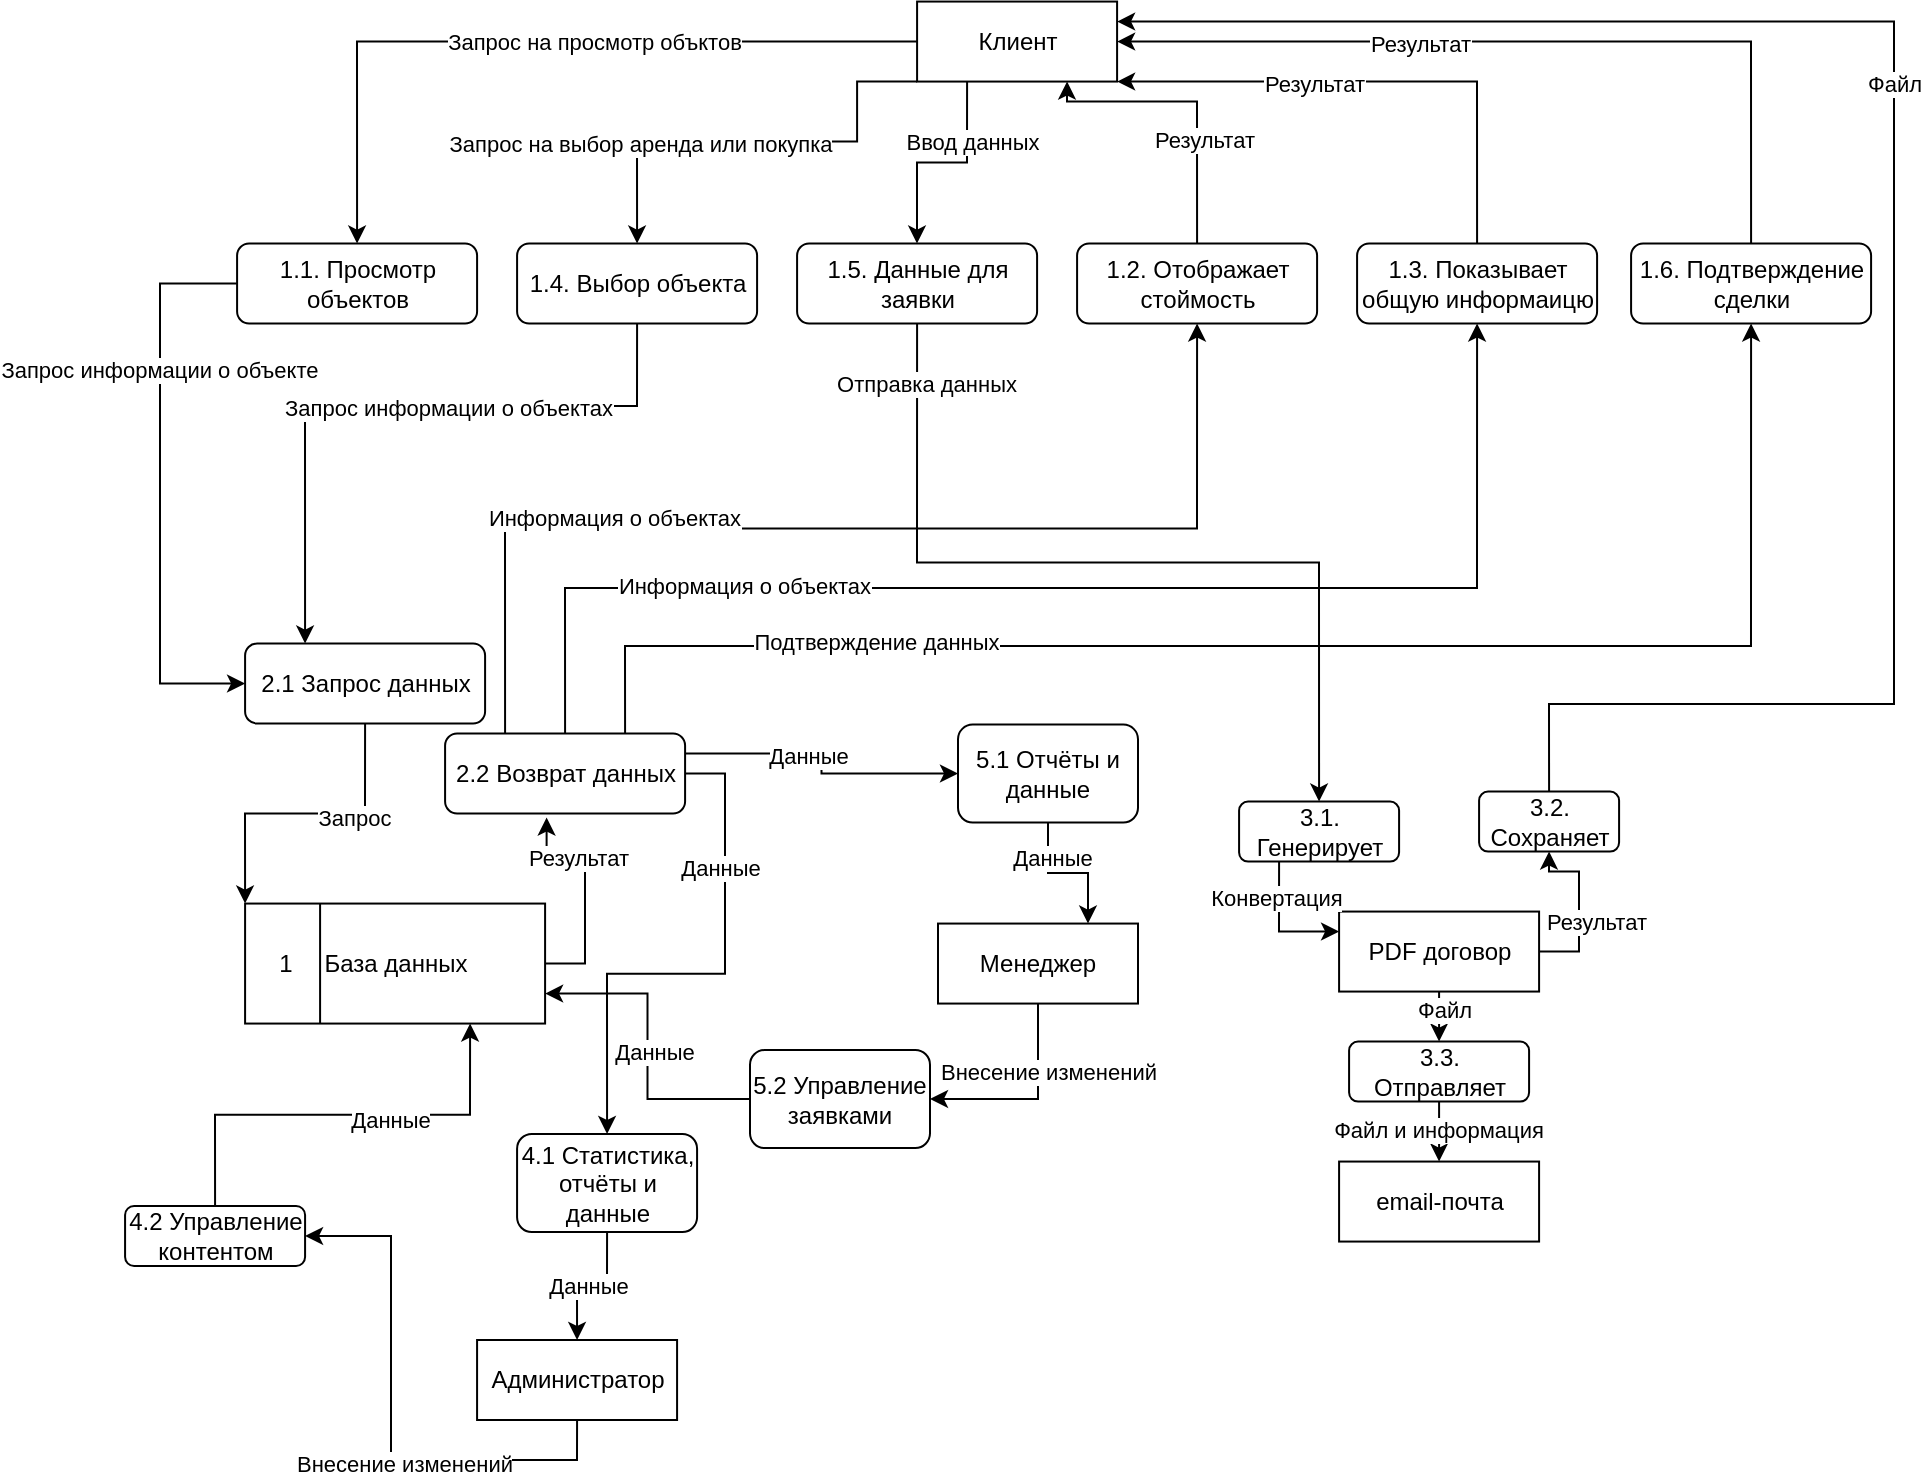
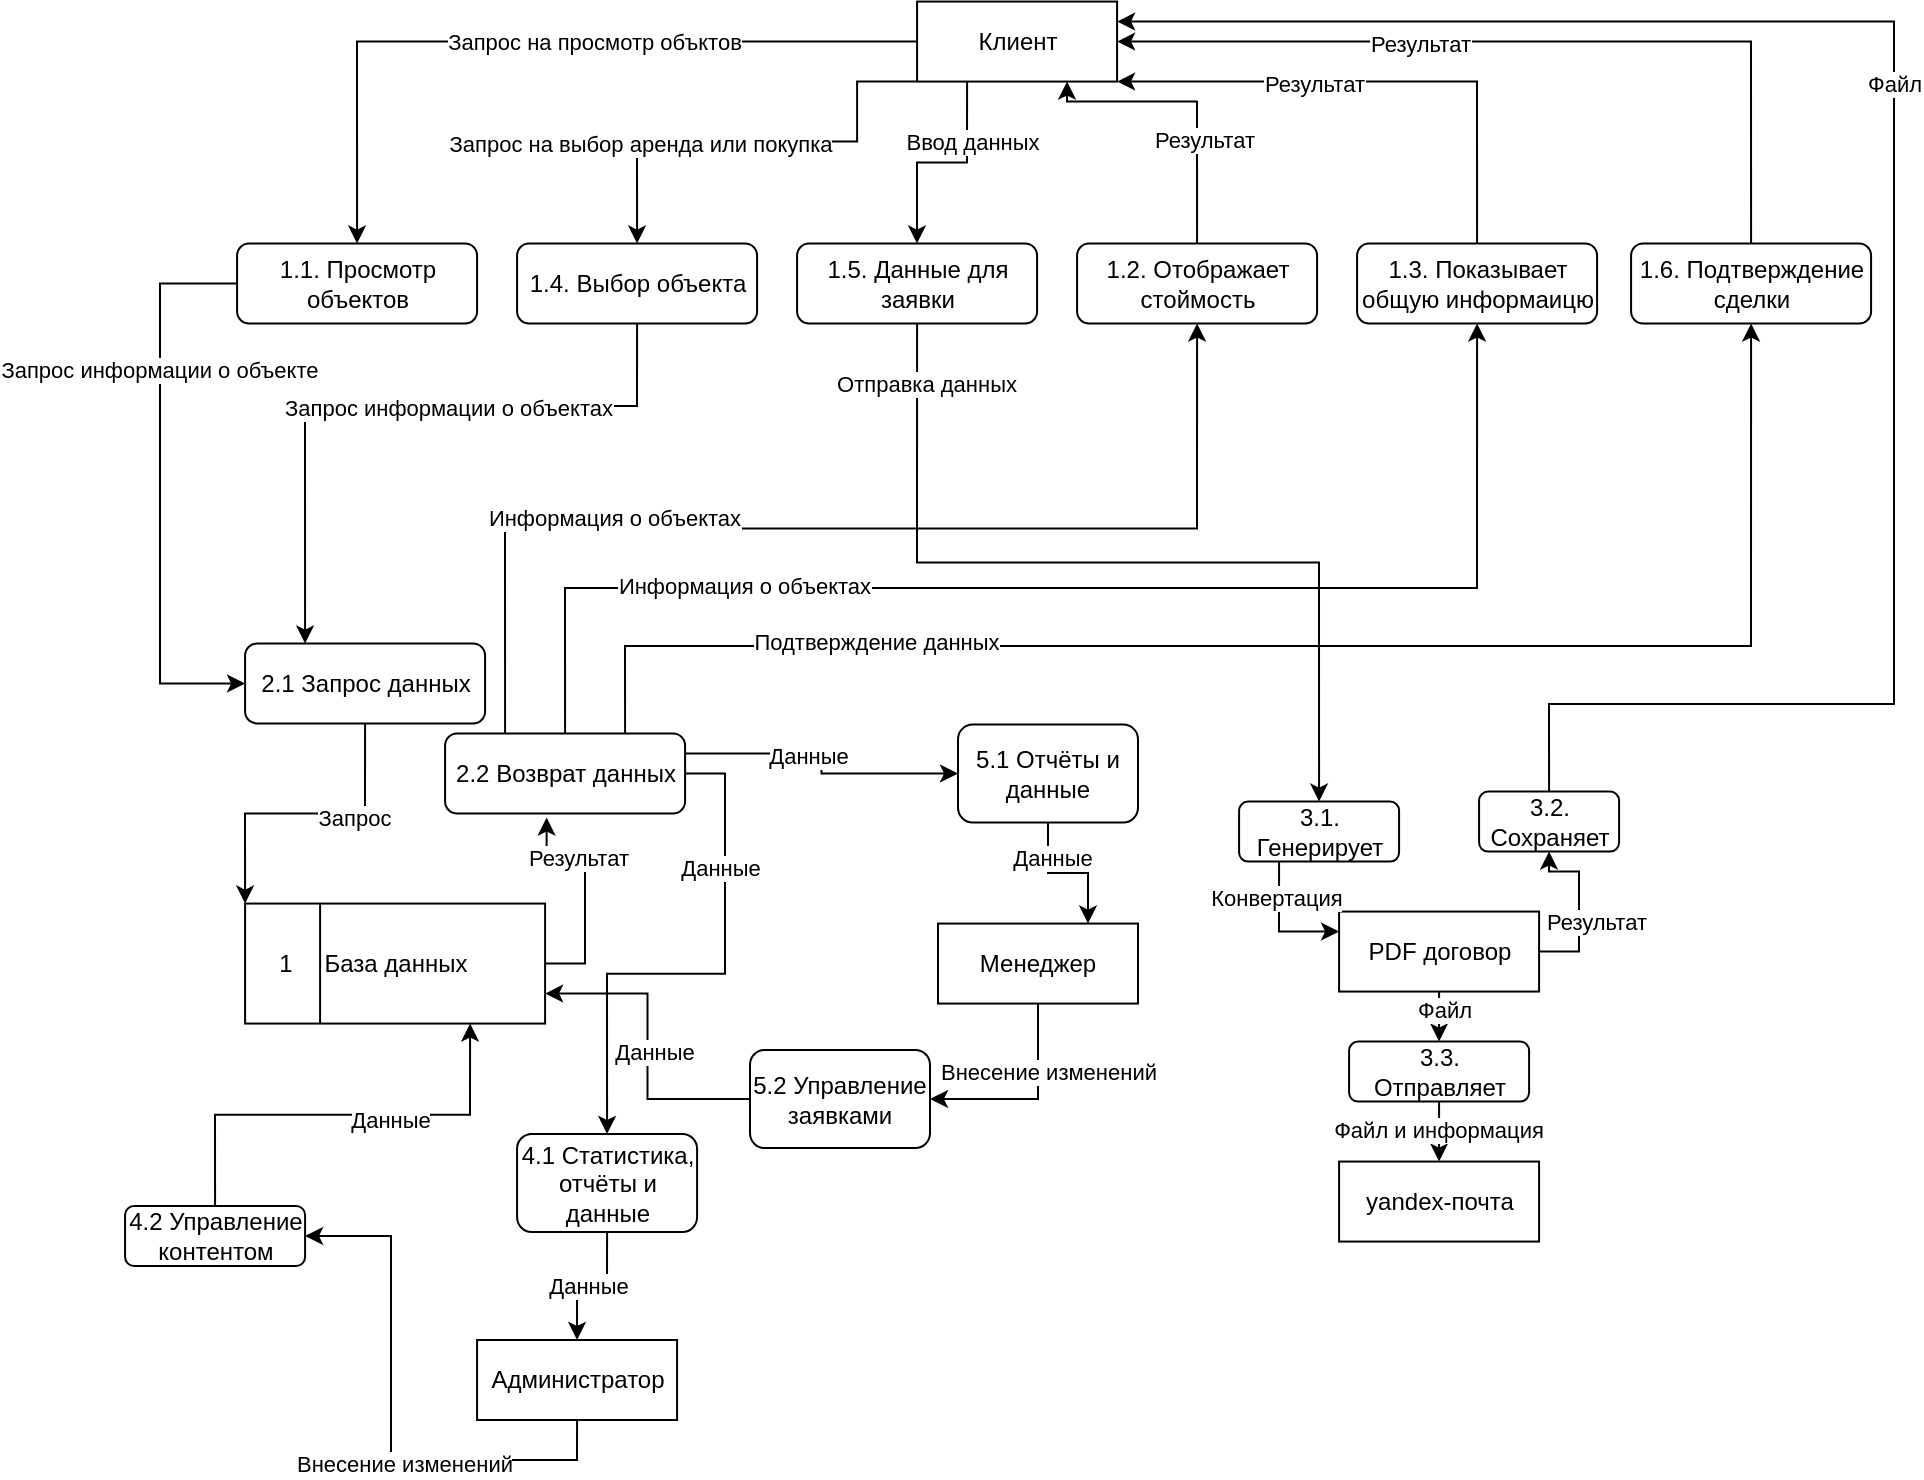
<mxfile host="app.diagrams.net" agent="Mozilla/5.0 (Windows NT 10.0; Win64; x64) AppleWebKit/537.36 (KHTML, like Gecko) Chrome/145.0.0.0 Safari/537.36">
  <diagram name="Страница 1" id="GOqsQ83yMCCc8tBVAAom">
-     <mxGraphModel dx="1414" dy="-805" grid="0" gridSize="10" guides="1" tooltips="1" connect="1" arrows="1" fold="1" page="0" pageScale="1" pageWidth="827" pageHeight="1169" math="0" shadow="0">
+     <mxGraphModel dx="2054" dy="-445" grid="0" gridSize="10" guides="1" tooltips="1" connect="1" arrows="1" fold="1" page="0" pageScale="1" pageWidth="827" pageHeight="1169" math="0" shadow="0">
      <root>
        <mxCell id="0" />
        <mxCell id="1" parent="0" />
        <mxCell id="UdnUSK5n67mowr2e_vGY-347" edge="1" parent="1" source="UdnUSK5n67mowr2e_vGY-402" style="edgeStyle=orthogonalEdgeStyle;rounded=0;orthogonalLoop=1;jettySize=auto;html=1;exitX=0.25;exitY=0;exitDx=0;exitDy=0;entryX=0.5;entryY=1;entryDx=0;entryDy=0;" target="UdnUSK5n67mowr2e_vGY-389">
          <mxGeometry relative="1" as="geometry">
            <mxPoint x="583.5441176470586" y="1982.7794117647059" as="sourcePoint" />
          </mxGeometry>
        </mxCell>
        <mxCell id="UdnUSK5n67mowr2e_vGY-348" connectable="0" parent="UdnUSK5n67mowr2e_vGY-347" style="edgeLabel;html=1;align=center;verticalAlign=middle;resizable=0;points=[];" value="Информация о объектах" vertex="1">
          <mxGeometry relative="1" x="-0.3517" y="3" as="geometry">
            <mxPoint x="-22" y="-3" as="offset" />
          </mxGeometry>
        </mxCell>
        <mxCell id="UdnUSK5n67mowr2e_vGY-349" edge="1" parent="1" source="UdnUSK5n67mowr2e_vGY-402" style="edgeStyle=orthogonalEdgeStyle;rounded=0;orthogonalLoop=1;jettySize=auto;html=1;exitX=0.5;exitY=0;exitDx=0;exitDy=0;entryX=0.5;entryY=1;entryDx=0;entryDy=0;" target="UdnUSK5n67mowr2e_vGY-392">
          <mxGeometry relative="1" as="geometry">
            <Array as="points">
              <mxPoint x="302" y="2046" />
              <mxPoint x="758" y="2046" />
            </Array>
            <mxPoint x="638.5441176470586" y="1982.7794117647059" as="sourcePoint" />
          </mxGeometry>
        </mxCell>
        <mxCell id="UdnUSK5n67mowr2e_vGY-350" connectable="0" parent="UdnUSK5n67mowr2e_vGY-349" style="edgeLabel;html=1;align=center;verticalAlign=middle;resizable=0;points=[];" value="Информация о объектах" vertex="1">
          <mxGeometry relative="1" x="0.0174" as="geometry">
            <mxPoint x="-174" y="-1" as="offset" />
          </mxGeometry>
        </mxCell>
        <mxCell id="UdnUSK5n67mowr2e_vGY-351" edge="1" parent="1" source="UdnUSK5n67mowr2e_vGY-402" style="edgeStyle=orthogonalEdgeStyle;rounded=0;orthogonalLoop=1;jettySize=auto;html=1;exitX=0.75;exitY=0;exitDx=0;exitDy=0;entryX=0.5;entryY=1;entryDx=0;entryDy=0;" target="UdnUSK5n67mowr2e_vGY-395">
          <mxGeometry relative="1" as="geometry">
            <Array as="points">
              <mxPoint x="332" y="2075" />
              <mxPoint x="896" y="2075" />
            </Array>
            <mxPoint x="638.5441176470586" y="2015.2794117647059" as="sourcePoint" />
          </mxGeometry>
        </mxCell>
        <mxCell id="UdnUSK5n67mowr2e_vGY-352" connectable="0" parent="UdnUSK5n67mowr2e_vGY-351" style="edgeLabel;html=1;align=center;verticalAlign=middle;resizable=0;points=[];" value="Подтверждение данных" vertex="1">
          <mxGeometry relative="1" x="-0.5594" y="3" as="geometry">
            <mxPoint y="1" as="offset" />
          </mxGeometry>
        </mxCell>
        <mxCell id="UdnUSK5n67mowr2e_vGY-360" edge="1" parent="1" source="UdnUSK5n67mowr2e_vGY-366" style="edgeStyle=orthogonalEdgeStyle;rounded=0;orthogonalLoop=1;jettySize=auto;html=1;exitX=0;exitY=0.5;exitDx=0;exitDy=0;entryX=0.5;entryY=0;entryDx=0;entryDy=0;" target="UdnUSK5n67mowr2e_vGY-380">
          <mxGeometry relative="1" as="geometry" />
        </mxCell>
        <mxCell id="UdnUSK5n67mowr2e_vGY-361" connectable="0" parent="UdnUSK5n67mowr2e_vGY-360" style="edgeLabel;html=1;align=center;verticalAlign=middle;resizable=0;points=[];" value="Запрос на просмотр объктов" vertex="1">
          <mxGeometry relative="1" x="-0.1512" as="geometry">
            <mxPoint as="offset" />
          </mxGeometry>
        </mxCell>
        <mxCell id="UdnUSK5n67mowr2e_vGY-362" edge="1" parent="1" source="UdnUSK5n67mowr2e_vGY-366" style="edgeStyle=orthogonalEdgeStyle;rounded=0;orthogonalLoop=1;jettySize=auto;html=1;exitX=0;exitY=1;exitDx=0;exitDy=0;entryX=0.5;entryY=0;entryDx=0;entryDy=0;" target="UdnUSK5n67mowr2e_vGY-383">
          <mxGeometry relative="1" as="geometry">
            <Array as="points">
              <mxPoint x="478.5441176470588" y="1792.7794117647059" />
              <mxPoint x="448.5441176470588" y="1792.7794117647059" />
              <mxPoint x="448.5441176470588" y="1822.7794117647059" />
              <mxPoint x="338.5441176470588" y="1822.7794117647059" />
            </Array>
          </mxGeometry>
        </mxCell>
        <mxCell id="UdnUSK5n67mowr2e_vGY-363" connectable="0" parent="UdnUSK5n67mowr2e_vGY-362" style="edgeLabel;html=1;align=center;verticalAlign=middle;resizable=0;points=[];" value="Запрос на выбор аренда или покупка" vertex="1">
          <mxGeometry relative="1" x="0.024" y="1" as="geometry">
            <mxPoint x="-56" as="offset" />
          </mxGeometry>
        </mxCell>
        <mxCell id="UdnUSK5n67mowr2e_vGY-364" edge="1" parent="1" source="UdnUSK5n67mowr2e_vGY-366" style="edgeStyle=orthogonalEdgeStyle;rounded=0;orthogonalLoop=1;jettySize=auto;html=1;exitX=0.25;exitY=1;exitDx=0;exitDy=0;" target="UdnUSK5n67mowr2e_vGY-386">
          <mxGeometry relative="1" as="geometry" />
        </mxCell>
        <mxCell id="UdnUSK5n67mowr2e_vGY-365" connectable="0" parent="UdnUSK5n67mowr2e_vGY-364" style="edgeLabel;html=1;align=center;verticalAlign=middle;resizable=0;points=[];" value="Ввод данных" vertex="1">
          <mxGeometry relative="1" x="-0.437" y="2" as="geometry">
            <mxPoint as="offset" />
          </mxGeometry>
        </mxCell>
        <mxCell id="UdnUSK5n67mowr2e_vGY-366" parent="1" style="rounded=0;whiteSpace=wrap;html=1;" value="Клиент" vertex="1">
          <mxGeometry height="40" width="100" x="478.5441176470588" y="1752.7794117647059" as="geometry" />
        </mxCell>
        <mxCell id="UdnUSK5n67mowr2e_vGY-367" parent="1" style="rounded=0;whiteSpace=wrap;html=1;" value="База данных" vertex="1">
          <mxGeometry height="60" width="150" x="142.54411764705878" y="2203.779411764706" as="geometry" />
        </mxCell>
        <mxCell id="UdnUSK5n67mowr2e_vGY-368" edge="1" parent="1" source="UdnUSK5n67mowr2e_vGY-367" style="endArrow=none;html=1;rounded=0;exitX=0.25;exitY=0;exitDx=0;exitDy=0;entryX=0.25;entryY=1;entryDx=0;entryDy=0;" target="UdnUSK5n67mowr2e_vGY-367" value="">
          <mxGeometry height="50" relative="1" width="50" as="geometry">
            <mxPoint x="452.5441176470588" y="2143.779411764706" as="sourcePoint" />
            <mxPoint x="502.5441176470588" y="2093.779411764706" as="targetPoint" />
          </mxGeometry>
        </mxCell>
        <mxCell id="UdnUSK5n67mowr2e_vGY-369" parent="1" style="text;html=1;whiteSpace=wrap;strokeColor=none;fillColor=none;align=center;verticalAlign=middle;rounded=0;" value="1" vertex="1">
          <mxGeometry height="20" width="20" x="152.54411764705878" y="2223.779411764706" as="geometry" />
        </mxCell>
        <mxCell id="UdnUSK5n67mowr2e_vGY-370" edge="1" parent="1" source="UdnUSK5n67mowr2e_vGY-374" style="edgeStyle=orthogonalEdgeStyle;rounded=0;orthogonalLoop=1;jettySize=auto;html=1;exitX=1;exitY=0.5;exitDx=0;exitDy=0;entryX=0.5;entryY=1;entryDx=0;entryDy=0;" target="UdnUSK5n67mowr2e_vGY-410">
          <mxGeometry relative="1" as="geometry" />
        </mxCell>
        <mxCell id="UdnUSK5n67mowr2e_vGY-371" connectable="0" parent="UdnUSK5n67mowr2e_vGY-370" style="edgeLabel;html=1;align=center;verticalAlign=middle;resizable=0;points=[];" value="Результат" vertex="1">
          <mxGeometry relative="1" x="-0.1652" y="-4" as="geometry">
            <mxPoint x="4" as="offset" />
          </mxGeometry>
        </mxCell>
        <mxCell id="UdnUSK5n67mowr2e_vGY-372" edge="1" parent="1" source="UdnUSK5n67mowr2e_vGY-374" style="edgeStyle=orthogonalEdgeStyle;rounded=0;orthogonalLoop=1;jettySize=auto;html=1;exitX=0.5;exitY=1;exitDx=0;exitDy=0;entryX=0.5;entryY=0;entryDx=0;entryDy=0;" target="UdnUSK5n67mowr2e_vGY-413">
          <mxGeometry relative="1" as="geometry" />
        </mxCell>
        <mxCell id="UdnUSK5n67mowr2e_vGY-373" connectable="0" parent="UdnUSK5n67mowr2e_vGY-372" style="edgeLabel;html=1;align=center;verticalAlign=middle;resizable=0;points=[];" value="Файл" vertex="1">
          <mxGeometry relative="1" x="-0.3333" y="2" as="geometry">
            <mxPoint as="offset" />
          </mxGeometry>
        </mxCell>
        <mxCell id="UdnUSK5n67mowr2e_vGY-374" parent="1" style="rounded=0;whiteSpace=wrap;html=1;" value="PDF договор" vertex="1">
          <mxGeometry height="40" width="100" x="689.5441176470588" y="2207.779411764706" as="geometry" />
        </mxCell>
        <mxCell id="UdnUSK5n67mowr2e_vGY-378" edge="1" parent="1" source="UdnUSK5n67mowr2e_vGY-380" style="edgeStyle=orthogonalEdgeStyle;rounded=0;orthogonalLoop=1;jettySize=auto;html=1;exitX=0;exitY=0.5;exitDx=0;exitDy=0;entryX=0;entryY=0.5;entryDx=0;entryDy=0;" target="UdnUSK5n67mowr2e_vGY-399">
          <mxGeometry relative="1" as="geometry">
            <Array as="points">
              <mxPoint x="100" y="1894" />
              <mxPoint x="100" y="2094" />
            </Array>
            <mxPoint x="418.54411764705856" y="2015.2794117647059" as="targetPoint" />
          </mxGeometry>
        </mxCell>
        <mxCell id="UdnUSK5n67mowr2e_vGY-379" connectable="0" parent="UdnUSK5n67mowr2e_vGY-378" style="edgeLabel;html=1;align=center;verticalAlign=middle;resizable=0;points=[];" value="Запрос информации о объекте&amp;nbsp;" vertex="1">
          <mxGeometry relative="1" x="0.3931" as="geometry">
            <mxPoint x="1" y="-115" as="offset" />
          </mxGeometry>
        </mxCell>
        <mxCell id="UdnUSK5n67mowr2e_vGY-380" parent="1" style="rounded=1;whiteSpace=wrap;html=1;" value="1.1. Просмотр объектов" vertex="1">
          <mxGeometry height="40" width="120" x="138.54411764705878" y="1873.7794117647059" as="geometry" />
        </mxCell>
        <mxCell id="UdnUSK5n67mowr2e_vGY-381" edge="1" parent="1" source="UdnUSK5n67mowr2e_vGY-383" style="edgeStyle=orthogonalEdgeStyle;rounded=0;orthogonalLoop=1;jettySize=auto;html=1;exitX=0.5;exitY=1;exitDx=0;exitDy=0;entryX=0.25;entryY=0;entryDx=0;entryDy=0;" target="UdnUSK5n67mowr2e_vGY-399">
          <mxGeometry relative="1" as="geometry">
            <Array as="points">
              <mxPoint x="338" y="1955" />
              <mxPoint x="172" y="1955" />
            </Array>
            <mxPoint x="418.54411764705856" y="1982.7794117647059" as="targetPoint" />
          </mxGeometry>
        </mxCell>
        <mxCell id="UdnUSK5n67mowr2e_vGY-382" connectable="0" parent="UdnUSK5n67mowr2e_vGY-381" style="edgeLabel;html=1;align=center;verticalAlign=middle;resizable=0;points=[];" value="Запрос информации о объектах" vertex="1">
          <mxGeometry relative="1" x="-0.1684" y="1" as="geometry">
            <mxPoint as="offset" />
          </mxGeometry>
        </mxCell>
        <mxCell id="UdnUSK5n67mowr2e_vGY-383" parent="1" style="rounded=1;whiteSpace=wrap;html=1;" value="1.4. Выбор объекта" vertex="1">
          <mxGeometry height="40" width="120" x="278.5441176470588" y="1873.7794117647059" as="geometry" />
        </mxCell>
        <mxCell id="UdnUSK5n67mowr2e_vGY-384" edge="1" parent="1" source="UdnUSK5n67mowr2e_vGY-386" style="edgeStyle=orthogonalEdgeStyle;rounded=0;orthogonalLoop=1;jettySize=auto;html=1;exitX=0.5;exitY=1;exitDx=0;exitDy=0;entryX=0.5;entryY=0;entryDx=0;entryDy=0;" target="UdnUSK5n67mowr2e_vGY-407">
          <mxGeometry relative="1" as="geometry">
            <mxPoint x="473.54411764705856" y="1982.7794117647059" as="targetPoint" />
          </mxGeometry>
        </mxCell>
        <mxCell id="UdnUSK5n67mowr2e_vGY-385" connectable="0" parent="UdnUSK5n67mowr2e_vGY-384" style="edgeLabel;html=1;align=center;verticalAlign=middle;resizable=0;points=[];" value="Отправка данных" vertex="1">
          <mxGeometry relative="1" x="-0.3043" y="-1" as="geometry">
            <mxPoint x="-29" y="-91" as="offset" />
          </mxGeometry>
        </mxCell>
        <mxCell id="UdnUSK5n67mowr2e_vGY-386" parent="1" style="rounded=1;whiteSpace=wrap;html=1;" value="1.5. Данные для заявки" vertex="1">
          <mxGeometry height="40" width="120" x="418.5441176470588" y="1873.7794117647059" as="geometry" />
        </mxCell>
        <mxCell id="UdnUSK5n67mowr2e_vGY-387" edge="1" parent="1" source="UdnUSK5n67mowr2e_vGY-389" style="edgeStyle=orthogonalEdgeStyle;rounded=0;orthogonalLoop=1;jettySize=auto;html=1;exitX=0.5;exitY=0;exitDx=0;exitDy=0;entryX=0.75;entryY=1;entryDx=0;entryDy=0;" target="UdnUSK5n67mowr2e_vGY-366">
          <mxGeometry relative="1" as="geometry">
            <Array as="points">
              <mxPoint x="618.5441176470588" y="1802.7794117647059" />
              <mxPoint x="553.5441176470588" y="1802.7794117647059" />
            </Array>
          </mxGeometry>
        </mxCell>
        <mxCell id="UdnUSK5n67mowr2e_vGY-388" connectable="0" parent="UdnUSK5n67mowr2e_vGY-387" style="edgeLabel;html=1;align=center;verticalAlign=middle;resizable=0;points=[];" value="Результат" vertex="1">
          <mxGeometry relative="1" x="-0.28" y="-3" as="geometry">
            <mxPoint as="offset" />
          </mxGeometry>
        </mxCell>
        <mxCell id="UdnUSK5n67mowr2e_vGY-389" parent="1" style="rounded=1;whiteSpace=wrap;html=1;" value="1.2. Отображает стоймость" vertex="1">
          <mxGeometry height="40" width="120" x="558.5441176470588" y="1873.7794117647059" as="geometry" />
        </mxCell>
        <mxCell id="UdnUSK5n67mowr2e_vGY-390" edge="1" parent="1" source="UdnUSK5n67mowr2e_vGY-392" style="edgeStyle=orthogonalEdgeStyle;rounded=0;orthogonalLoop=1;jettySize=auto;html=1;exitX=0.5;exitY=0;exitDx=0;exitDy=0;entryX=1;entryY=1;entryDx=0;entryDy=0;" target="UdnUSK5n67mowr2e_vGY-366">
          <mxGeometry relative="1" as="geometry">
            <Array as="points">
              <mxPoint x="758.5441176470588" y="1792.7794117647059" />
            </Array>
          </mxGeometry>
        </mxCell>
        <mxCell id="UdnUSK5n67mowr2e_vGY-391" connectable="0" parent="UdnUSK5n67mowr2e_vGY-390" style="edgeLabel;html=1;align=center;verticalAlign=middle;resizable=0;points=[];" value="Результат" vertex="1">
          <mxGeometry relative="1" x="0.2483" y="5" as="geometry">
            <mxPoint y="-4" as="offset" />
          </mxGeometry>
        </mxCell>
        <mxCell id="UdnUSK5n67mowr2e_vGY-392" parent="1" style="rounded=1;whiteSpace=wrap;html=1;" value="1.3. Показывает общую информаицю" vertex="1">
          <mxGeometry height="40" width="120" x="698.5441176470588" y="1873.7794117647059" as="geometry" />
        </mxCell>
        <mxCell id="UdnUSK5n67mowr2e_vGY-393" edge="1" parent="1" source="UdnUSK5n67mowr2e_vGY-395" style="edgeStyle=orthogonalEdgeStyle;rounded=0;orthogonalLoop=1;jettySize=auto;html=1;exitX=0.5;exitY=0;exitDx=0;exitDy=0;entryX=1;entryY=0.5;entryDx=0;entryDy=0;" target="UdnUSK5n67mowr2e_vGY-366">
          <mxGeometry relative="1" as="geometry" />
        </mxCell>
        <mxCell id="UdnUSK5n67mowr2e_vGY-394" connectable="0" parent="UdnUSK5n67mowr2e_vGY-393" style="edgeLabel;html=1;align=center;verticalAlign=middle;resizable=0;points=[];" value="Результат" vertex="1">
          <mxGeometry relative="1" x="0.2752" y="1" as="geometry">
            <mxPoint as="offset" />
          </mxGeometry>
        </mxCell>
        <mxCell id="UdnUSK5n67mowr2e_vGY-395" parent="1" style="rounded=1;whiteSpace=wrap;html=1;" value="1.6. Подтверждение сделки" vertex="1">
          <mxGeometry height="40" width="120" x="835.5441176470588" y="1873.7794117647059" as="geometry" />
        </mxCell>
-         <mxCell id="UdnUSK5n67mowr2e_vGY-396" parent="1" style="rounded=0;whiteSpace=wrap;html=1;" value="email-почта" vertex="1">
+         <mxCell id="UdnUSK5n67mowr2e_vGY-396" parent="1" style="rounded=0;whiteSpace=wrap;html=1;" value="yandex-почта" vertex="1">
          <mxGeometry height="40" width="100" x="689.5441176470588" y="2332.779411764706" as="geometry" />
        </mxCell>
        <mxCell id="UdnUSK5n67mowr2e_vGY-397" edge="1" parent="1" source="UdnUSK5n67mowr2e_vGY-399" style="edgeStyle=orthogonalEdgeStyle;rounded=0;orthogonalLoop=1;jettySize=auto;html=1;exitX=0.5;exitY=1;exitDx=0;exitDy=0;entryX=0;entryY=0;entryDx=0;entryDy=0;" target="UdnUSK5n67mowr2e_vGY-367">
          <mxGeometry relative="1" as="geometry" />
        </mxCell>
        <mxCell id="UdnUSK5n67mowr2e_vGY-398" connectable="0" parent="UdnUSK5n67mowr2e_vGY-397" style="edgeLabel;html=1;align=center;verticalAlign=middle;resizable=0;points=[];" value="Запрос" vertex="1">
          <mxGeometry relative="1" x="-0.32" y="2" as="geometry">
            <mxPoint as="offset" />
          </mxGeometry>
        </mxCell>
        <mxCell id="UdnUSK5n67mowr2e_vGY-421" edge="1" parent="1" source="UdnUSK5n67mowr2e_vGY-402" style="edgeStyle=orthogonalEdgeStyle;rounded=0;orthogonalLoop=1;jettySize=auto;html=1;exitX=1;exitY=0.5;exitDx=0;exitDy=0;entryX=0.5;entryY=0;entryDx=0;entryDy=0;" target="UdnUSK5n67mowr2e_vGY-422">
          <mxGeometry relative="1" as="geometry">
            <mxPoint x="380.82352941176487" y="2225.588235294118" as="targetPoint" />
          </mxGeometry>
        </mxCell>
        <mxCell id="UdnUSK5n67mowr2e_vGY-423" connectable="0" parent="UdnUSK5n67mowr2e_vGY-421" style="edgeLabel;html=1;align=center;verticalAlign=middle;resizable=0;points=[];" value="Данные" vertex="1">
          <mxGeometry relative="1" x="0.2021" y="1" as="geometry">
            <mxPoint x="33" y="-54" as="offset" />
          </mxGeometry>
        </mxCell>
        <mxCell id="UdnUSK5n67mowr2e_vGY-399" parent="1" style="rounded=1;whiteSpace=wrap;html=1;" value="2.1 Запрос данных" vertex="1">
          <mxGeometry height="40" width="120" x="142.54411764705878" y="2073.779411764706" as="geometry" />
        </mxCell>
        <mxCell id="UdnUSK5n67mowr2e_vGY-433" edge="1" parent="1" source="UdnUSK5n67mowr2e_vGY-402" style="edgeStyle=orthogonalEdgeStyle;rounded=0;orthogonalLoop=1;jettySize=auto;html=1;exitX=1;exitY=0.25;exitDx=0;exitDy=0;entryX=0;entryY=0.5;entryDx=0;entryDy=0;" target="UdnUSK5n67mowr2e_vGY-432">
          <mxGeometry relative="1" as="geometry" />
        </mxCell>
        <mxCell id="UdnUSK5n67mowr2e_vGY-434" connectable="0" parent="UdnUSK5n67mowr2e_vGY-433" style="edgeLabel;html=1;align=center;verticalAlign=middle;resizable=0;points=[];" value="Данные" vertex="1">
          <mxGeometry relative="1" x="-0.1702" y="-1" as="geometry">
            <mxPoint as="offset" />
          </mxGeometry>
        </mxCell>
        <mxCell id="UdnUSK5n67mowr2e_vGY-402" parent="1" style="rounded=1;whiteSpace=wrap;html=1;" value="2.2 Возврат данных" vertex="1">
          <mxGeometry height="40" width="120" x="242.54411764705878" y="2118.779411764706" as="geometry" />
        </mxCell>
        <mxCell id="UdnUSK5n67mowr2e_vGY-403" edge="1" parent="1" source="UdnUSK5n67mowr2e_vGY-367" style="edgeStyle=orthogonalEdgeStyle;rounded=0;orthogonalLoop=1;jettySize=auto;html=1;exitX=1;exitY=0.5;exitDx=0;exitDy=0;entryX=0.423;entryY=1.05;entryDx=0;entryDy=0;entryPerimeter=0;" target="UdnUSK5n67mowr2e_vGY-402">
          <mxGeometry relative="1" as="geometry" />
        </mxCell>
        <mxCell id="UdnUSK5n67mowr2e_vGY-404" connectable="0" parent="UdnUSK5n67mowr2e_vGY-403" style="edgeLabel;html=1;align=center;verticalAlign=middle;resizable=0;points=[];" value="Результат" vertex="1">
          <mxGeometry relative="1" x="0.3544" y="-1" as="geometry">
            <mxPoint as="offset" />
          </mxGeometry>
        </mxCell>
        <mxCell id="UdnUSK5n67mowr2e_vGY-405" edge="1" parent="1" source="UdnUSK5n67mowr2e_vGY-407" style="edgeStyle=orthogonalEdgeStyle;rounded=0;orthogonalLoop=1;jettySize=auto;html=1;exitX=0.25;exitY=1;exitDx=0;exitDy=0;entryX=0;entryY=0.25;entryDx=0;entryDy=0;" target="UdnUSK5n67mowr2e_vGY-374">
          <mxGeometry relative="1" as="geometry" />
        </mxCell>
        <mxCell id="UdnUSK5n67mowr2e_vGY-406" connectable="0" parent="UdnUSK5n67mowr2e_vGY-405" style="edgeLabel;html=1;align=center;verticalAlign=middle;resizable=0;points=[];" value="Конвертация" vertex="1">
          <mxGeometry relative="1" x="-0.44" y="-2" as="geometry">
            <mxPoint as="offset" />
          </mxGeometry>
        </mxCell>
        <mxCell id="UdnUSK5n67mowr2e_vGY-407" parent="1" style="rounded=1;whiteSpace=wrap;html=1;" value="3.1. Генерирует" vertex="1">
          <mxGeometry height="30" width="80" x="639.5441176470588" y="2152.779411764706" as="geometry" />
        </mxCell>
        <mxCell id="UdnUSK5n67mowr2e_vGY-408" edge="1" parent="1" source="UdnUSK5n67mowr2e_vGY-410" style="edgeStyle=orthogonalEdgeStyle;rounded=0;orthogonalLoop=1;jettySize=auto;html=1;entryX=1;entryY=0.25;entryDx=0;entryDy=0;exitX=0.5;exitY=0;exitDx=0;exitDy=0;" target="UdnUSK5n67mowr2e_vGY-366">
          <mxGeometry relative="1" as="geometry">
            <Array as="points">
              <mxPoint x="794" y="2104" />
              <mxPoint x="967" y="2104" />
              <mxPoint x="967" y="1763" />
            </Array>
            <mxPoint x="815" y="2104" as="sourcePoint" />
            <mxPoint x="884" y="2095" as="targetPoint" />
          </mxGeometry>
        </mxCell>
        <mxCell id="UdnUSK5n67mowr2e_vGY-409" connectable="0" parent="UdnUSK5n67mowr2e_vGY-408" style="edgeLabel;html=1;align=center;verticalAlign=middle;resizable=0;points=[];" value="Файл" vertex="1">
          <mxGeometry relative="1" x="0.1143" as="geometry">
            <mxPoint as="offset" />
          </mxGeometry>
        </mxCell>
        <mxCell id="UdnUSK5n67mowr2e_vGY-410" parent="1" style="rounded=1;whiteSpace=wrap;html=1;" value="3.2. Сохраняет" vertex="1">
          <mxGeometry height="30" width="70" x="759.5441176470588" y="2147.779411764706" as="geometry" />
        </mxCell>
        <mxCell id="UdnUSK5n67mowr2e_vGY-411" edge="1" parent="1" source="UdnUSK5n67mowr2e_vGY-413" style="edgeStyle=orthogonalEdgeStyle;rounded=0;orthogonalLoop=1;jettySize=auto;html=1;exitX=0.5;exitY=1;exitDx=0;exitDy=0;entryX=0.5;entryY=0;entryDx=0;entryDy=0;" target="UdnUSK5n67mowr2e_vGY-396">
          <mxGeometry relative="1" as="geometry" />
        </mxCell>
        <mxCell id="UdnUSK5n67mowr2e_vGY-412" connectable="0" parent="UdnUSK5n67mowr2e_vGY-411" style="edgeLabel;html=1;align=center;verticalAlign=middle;resizable=0;points=[];" value="Файл и информация" vertex="1">
          <mxGeometry relative="1" x="-0.0667" y="-1" as="geometry">
            <mxPoint as="offset" />
          </mxGeometry>
        </mxCell>
        <mxCell id="UdnUSK5n67mowr2e_vGY-413" parent="1" style="rounded=1;whiteSpace=wrap;html=1;" value="3.3. Отправляет" vertex="1">
          <mxGeometry height="30" width="90" x="694.5441176470588" y="2272.779411764706" as="geometry" />
        </mxCell>
        <mxCell id="UdnUSK5n67mowr2e_vGY-427" edge="1" parent="1" source="UdnUSK5n67mowr2e_vGY-420" style="edgeStyle=orthogonalEdgeStyle;rounded=0;orthogonalLoop=1;jettySize=auto;html=1;exitX=0.5;exitY=1;exitDx=0;exitDy=0;entryX=1;entryY=0.5;entryDx=0;entryDy=0;" target="UdnUSK5n67mowr2e_vGY-426">
          <mxGeometry relative="1" as="geometry" />
        </mxCell>
        <mxCell id="UdnUSK5n67mowr2e_vGY-428" connectable="0" parent="UdnUSK5n67mowr2e_vGY-427" style="edgeLabel;html=1;align=center;verticalAlign=middle;resizable=0;points=[];" value="Внесение изменений" vertex="1">
          <mxGeometry relative="1" x="-0.2001" y="2" as="geometry">
            <mxPoint as="offset" />
          </mxGeometry>
        </mxCell>
        <mxCell id="UdnUSK5n67mowr2e_vGY-420" parent="1" style="rounded=0;whiteSpace=wrap;html=1;" value="Администратор" vertex="1">
          <mxGeometry height="40" width="100" x="258.54" y="2422" as="geometry" />
        </mxCell>
        <mxCell id="UdnUSK5n67mowr2e_vGY-424" edge="1" parent="1" source="UdnUSK5n67mowr2e_vGY-422" style="edgeStyle=orthogonalEdgeStyle;rounded=0;orthogonalLoop=1;jettySize=auto;html=1;exitX=0.5;exitY=1;exitDx=0;exitDy=0;entryX=0.5;entryY=0;entryDx=0;entryDy=0;" target="UdnUSK5n67mowr2e_vGY-420">
          <mxGeometry relative="1" as="geometry" />
        </mxCell>
        <mxCell id="UdnUSK5n67mowr2e_vGY-425" connectable="0" parent="UdnUSK5n67mowr2e_vGY-424" style="edgeLabel;html=1;align=center;verticalAlign=middle;resizable=0;points=[];" value="Данные" vertex="1">
          <mxGeometry relative="1" x="0.0767" as="geometry">
            <mxPoint as="offset" />
          </mxGeometry>
        </mxCell>
        <mxCell id="UdnUSK5n67mowr2e_vGY-422" parent="1" style="rounded=1;whiteSpace=wrap;html=1;" value="4.1 Статистика, отчёты и данные" vertex="1">
          <mxGeometry height="49" width="90" x="278.54" y="2319" as="geometry" />
        </mxCell>
        <mxCell id="UdnUSK5n67mowr2e_vGY-429" edge="1" parent="1" source="UdnUSK5n67mowr2e_vGY-426" style="edgeStyle=orthogonalEdgeStyle;rounded=0;orthogonalLoop=1;jettySize=auto;html=1;exitX=0.5;exitY=0;exitDx=0;exitDy=0;entryX=0.75;entryY=1;entryDx=0;entryDy=0;" target="UdnUSK5n67mowr2e_vGY-367">
          <mxGeometry relative="1" as="geometry" />
        </mxCell>
        <mxCell id="UdnUSK5n67mowr2e_vGY-430" connectable="0" parent="UdnUSK5n67mowr2e_vGY-429" style="edgeLabel;html=1;align=center;verticalAlign=middle;resizable=0;points=[];" value="Данные" vertex="1">
          <mxGeometry relative="1" x="0.2178" y="-2" as="geometry">
            <mxPoint as="offset" />
          </mxGeometry>
        </mxCell>
        <mxCell id="UdnUSK5n67mowr2e_vGY-426" parent="1" style="rounded=1;whiteSpace=wrap;html=1;" value="4.2 Управление контентом" vertex="1">
          <mxGeometry height="30" width="90" x="82.54000000000002" y="2355" as="geometry" />
        </mxCell>
        <mxCell id="UdnUSK5n67mowr2e_vGY-438" edge="1" parent="1" source="UdnUSK5n67mowr2e_vGY-431" style="edgeStyle=orthogonalEdgeStyle;rounded=0;orthogonalLoop=1;jettySize=auto;html=1;exitX=0.5;exitY=1;exitDx=0;exitDy=0;entryX=1;entryY=0.5;entryDx=0;entryDy=0;" target="UdnUSK5n67mowr2e_vGY-437">
          <mxGeometry relative="1" as="geometry" />
        </mxCell>
        <mxCell id="UdnUSK5n67mowr2e_vGY-439" connectable="0" parent="UdnUSK5n67mowr2e_vGY-438" style="edgeLabel;html=1;align=center;verticalAlign=middle;resizable=0;points=[];" value="Внесение изменений" vertex="1">
          <mxGeometry relative="1" x="0.1571" y="-3" as="geometry">
            <mxPoint x="16" y="-11" as="offset" />
          </mxGeometry>
        </mxCell>
        <mxCell id="UdnUSK5n67mowr2e_vGY-431" parent="1" style="rounded=0;whiteSpace=wrap;html=1;" value="Менеджер" vertex="1">
          <mxGeometry height="40" width="100" x="488.99999999999994" y="2213.78" as="geometry" />
        </mxCell>
        <mxCell id="UdnUSK5n67mowr2e_vGY-435" edge="1" parent="1" source="UdnUSK5n67mowr2e_vGY-432" style="edgeStyle=orthogonalEdgeStyle;rounded=0;orthogonalLoop=1;jettySize=auto;html=1;exitX=0.5;exitY=1;exitDx=0;exitDy=0;entryX=0.75;entryY=0;entryDx=0;entryDy=0;" target="UdnUSK5n67mowr2e_vGY-431">
          <mxGeometry relative="1" as="geometry" />
        </mxCell>
        <mxCell id="UdnUSK5n67mowr2e_vGY-436" connectable="0" parent="UdnUSK5n67mowr2e_vGY-435" style="edgeLabel;html=1;align=center;verticalAlign=middle;resizable=0;points=[];" value="Данные" vertex="1">
          <mxGeometry relative="1" x="-0.737" y="2" as="geometry">
            <mxPoint y="8" as="offset" />
          </mxGeometry>
        </mxCell>
        <mxCell id="UdnUSK5n67mowr2e_vGY-432" parent="1" style="rounded=1;whiteSpace=wrap;html=1;" value="5.1 Отчёты и данные" vertex="1">
          <mxGeometry height="49" width="90" x="499" y="2114.28" as="geometry" />
        </mxCell>
        <mxCell id="UdnUSK5n67mowr2e_vGY-440" edge="1" parent="1" source="UdnUSK5n67mowr2e_vGY-437" style="edgeStyle=orthogonalEdgeStyle;rounded=0;orthogonalLoop=1;jettySize=auto;html=1;exitX=0;exitY=0.5;exitDx=0;exitDy=0;entryX=1;entryY=0.75;entryDx=0;entryDy=0;" target="UdnUSK5n67mowr2e_vGY-367">
          <mxGeometry relative="1" as="geometry" />
        </mxCell>
        <mxCell id="UdnUSK5n67mowr2e_vGY-441" connectable="0" parent="UdnUSK5n67mowr2e_vGY-440" style="edgeLabel;html=1;align=center;verticalAlign=middle;resizable=0;points=[];" value="Данные" vertex="1">
          <mxGeometry relative="1" x="-0.0287" y="-3" as="geometry">
            <mxPoint as="offset" />
          </mxGeometry>
        </mxCell>
        <mxCell id="UdnUSK5n67mowr2e_vGY-437" parent="1" style="rounded=1;whiteSpace=wrap;html=1;" value="5.2 Управление заявками" vertex="1">
          <mxGeometry height="49" width="90" x="395" y="2277" as="geometry" />
        </mxCell>
      </root>
    </mxGraphModel>
  </diagram>
</mxfile>
